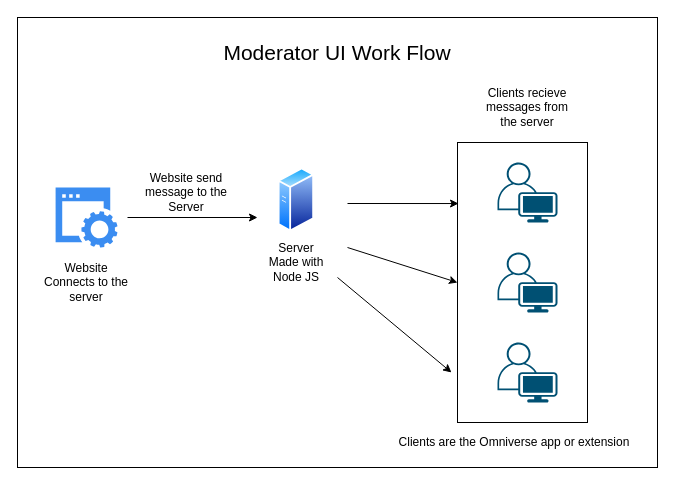
Above: page "Page-3" (2 of 2) of Copy of Untitled Diagram.drawio in kpradp/Charts (draw.io), before the change. Source tidied: cells renumbered, new cells numbered last; positions are measured from the earlier drawing's top-left corner, leaving out a move shared by most shapes. Both pictures are drawn from the tidied source at 100%, with x=0, y=0 at pixel (17, 17).
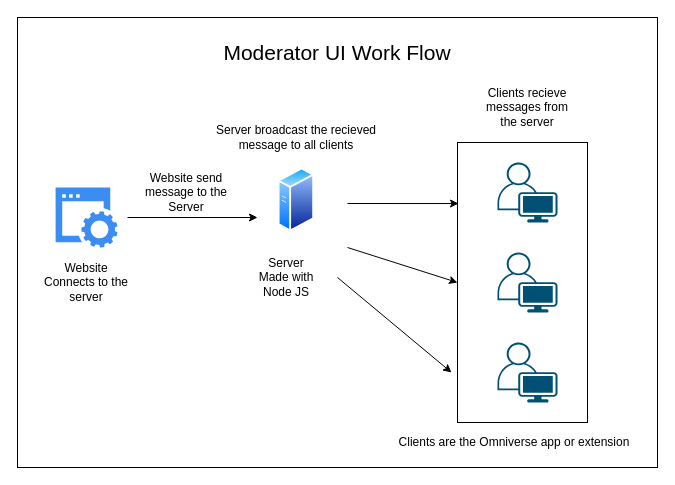
The same page after the edit.

Change to the diagram source:
```diff
@@
-    <mxCell id="8" value="Server Made with Node JS" style="text;html=1;strokeColor=none;fillColor=none;align=center;verticalAlign=middle;whiteSpace=wrap;rounded=0;" parent="1" vertex="1">
-      <mxGeometry x="243.9" y="220" width="70" height="50" as="geometry" />
+    <mxCell id="8" value="Server broadcast the recieved message to all clients" style="text;html=1;strokeColor=none;fillColor=none;align=center;verticalAlign=middle;whiteSpace=wrap;rounded=0;" parent="1" vertex="1">
+      <mxGeometry x="193.9" y="95" width="170" height="50" as="geometry" />
     </mxCell>
@@
+    <mxCell id="19" value="Server Made with Node JS" style="text;html=1;strokeColor=none;fillColor=none;align=center;verticalAlign=middle;whiteSpace=wrap;rounded=0;" parent="1" vertex="1">
+      <mxGeometry x="234" y="235" width="70" height="50" as="geometry" />
+    </mxCell>
```
